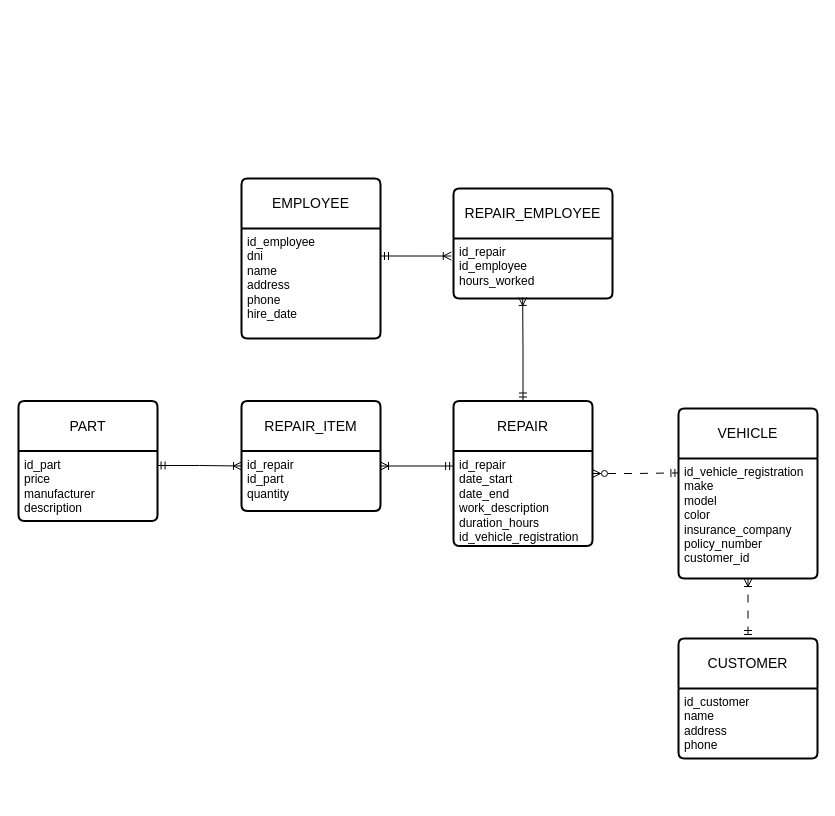
Earlier version of the draw.io diagram page "07-taller" (7 of 9) of diagrams/ejercicios-01.drawio (observadoro/mer). Source tidied: cells renumbered, new cells numbered last; positions are measured from the earlier drawing's top-left corner, leaving out a move shared by most shapes. Both pictures are drawn from the tidied source at 100%, with x=0, y=0 at pixel (18, 178).
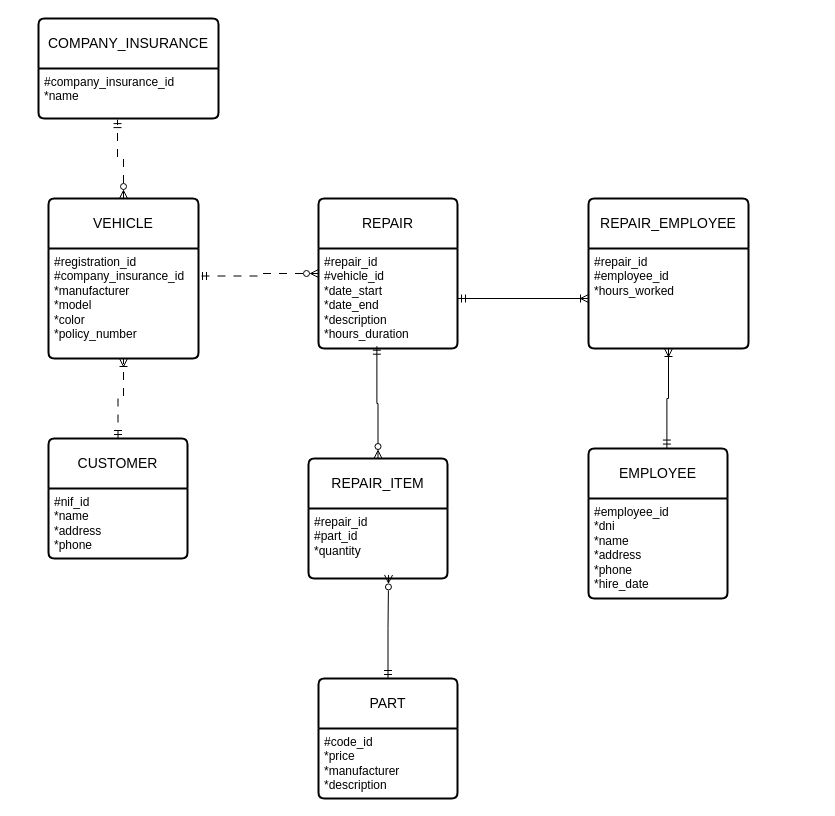
The same page after the edit.

Commit message:
Se realizó nuevos ejercicios, 7,8 y 9.

What changed in the source:
```diff
@@
+    <mxCell id="7" value="VEHICLE" style="swimlane;horizontal=1;startSize=50;rounded=1;fontSize=14;fontStyle=0;strokeWidth=2;shadow=0;dashed=0;align=center;arcSize=4;whiteSpace=wrap;html=1;" parent="1" vertex="1">
+      <mxGeometry x="30" y="20" width="150" height="160" as="geometry" />
+    </mxCell>
+    <mxCell id="22" value="#registration_id&lt;div&gt;#company_insurance_id&lt;br&gt;&lt;div&gt;*manufacturer&lt;/div&gt;&lt;div&gt;*model&lt;/div&gt;&lt;div&gt;*color&lt;/div&gt;&lt;div&gt;*policy_number&lt;/div&gt;&lt;/div&gt;" style="align=left;strokeColor=none;fillColor=none;spacingLeft=4;spacingRight=4;fontSize=12;verticalAlign=top;html=1;whiteSpace=wrap;" parent="7" vertex="1">
+      <mxGeometry y="50" width="150" height="110" as="geometry" />
+    </mxCell>
+    <mxCell id="23" style="edgeStyle=orthogonalEdgeStyle;rounded=0;jettySize=auto;html=1;entryX=0.5;entryY=1;entryDx=0;entryDy=0;startArrow=ERmandOne;startFill=0;endArrow=ERoneToMany;endFill=0;dashed=1;dashPattern=8 8;" parent="1" edge="1" source="9" target="7">
+      <mxGeometry relative="1" as="geometry" />
+    </mxCell>
+    <mxCell id="9" value="CUSTOMER" style="swimlane;horizontal=1;startSize=50;rounded=1;fontSize=14;fontStyle=0;strokeWidth=2;shadow=0;dashed=0;align=center;arcSize=4;whiteSpace=wrap;html=1;" parent="1" vertex="1">
+      <mxGeometry x="30" y="260" width="139" height="120" as="geometry" />
+    </mxCell>
+    <mxCell id="24" value="#nif_id&lt;div&gt;*name&lt;/div&gt;&lt;div&gt;*address&lt;/div&gt;&lt;div&gt;*phone&lt;/div&gt;" style="align=left;strokeColor=none;fillColor=none;spacingLeft=4;spacingRight=4;fontSize=12;verticalAlign=top;html=1;whiteSpace=wrap;" parent="9" vertex="1">
+      <mxGeometry y="50" width="139" height="70" as="geometry" />
+    </mxCell>
     <mxCell id="2" value="EMPLOYEE" style="swimlane;horizontal=1;startSize=50;rounded=1;fontSize=14;fontStyle=0;strokeWidth=2;shadow=0;dashed=0;align=center;arcSize=4;whiteSpace=wrap;html=1;" parent="1" vertex="1">
-      <mxGeometry x="223" width="139" height="160" as="geometry" />
+      <mxGeometry x="570" y="270" width="139" height="150" as="geometry" />
     </mxCell>
-    <mxCell id="3" value="id_employee&lt;div&gt;dni&lt;/div&gt;&lt;div&gt;name&lt;/div&gt;&lt;div&gt;address&lt;/div&gt;&lt;div&gt;phone&lt;/div&gt;&lt;div&gt;hire_date&lt;/div&gt;" style="align=left;strokeColor=none;fillColor=none;spacingLeft=4;spacingRight=4;fontSize=12;verticalAlign=top;html=1;whiteSpace=wrap;" parent="2" vertex="1">
-      <mxGeometry y="50" width="139" height="110" as="geometry" />
-    </mxCell>
-    <mxCell id="4" style="edgeStyle=orthogonalEdgeStyle;rounded=0;jettySize=auto;html=1;entryX=0.003;entryY=0.12;entryDx=0;entryDy=0;startArrow=ERzeroToMany;startFill=0;endArrow=ERmandOne;endFill=0;entryPerimeter=0;dashed=1;dashPattern=8 8;" parent="1" edge="1" source="5" target="8">
-      <mxGeometry relative="1" as="geometry" />
-    </mxCell>
+    <mxCell id="25" value="#employee_id&lt;div&gt;*dni&lt;br&gt;&lt;div&gt;*name&lt;/div&gt;&lt;div&gt;*address&lt;/div&gt;&lt;div&gt;*phone&lt;/div&gt;&lt;div&gt;*hire_date&lt;br&gt;&lt;div&gt;&lt;br&gt;&lt;/div&gt;&lt;/div&gt;&lt;/div&gt;" style="align=left;strokeColor=none;fillColor=none;spacingLeft=4;spacingRight=4;fontSize=12;verticalAlign=top;html=1;whiteSpace=wrap;" parent="2" vertex="1">
+      <mxGeometry y="50" width="139" height="100" as="geometry" />
+    </mxCell>
+    <mxCell id="26" style="edgeStyle=orthogonalEdgeStyle;rounded=0;jettySize=auto;html=1;entryX=1;entryY=0.25;entryDx=0;entryDy=0;startArrow=ERzeroToMany;startFill=0;endArrow=ERmandOne;endFill=0;dashed=1;dashPattern=8 8;" parent="1" edge="1" source="5" target="22">
+      <mxGeometry relative="1" as="geometry" />
+    </mxCell>
     <mxCell id="5" value="REPAIR" style="swimlane;horizontal=1;startSize=50;rounded=1;fontSize=14;fontStyle=0;strokeWidth=2;shadow=0;dashed=0;align=center;arcSize=4;whiteSpace=wrap;html=1;" parent="1" vertex="1">
-      <mxGeometry x="435" y="222.5" width="139" height="145" as="geometry" />
+      <mxGeometry x="300" y="20" width="139" height="150" as="geometry" />
     </mxCell>
-    <mxCell id="6" value="id_repair&lt;div&gt;date_start&lt;/div&gt;&lt;div&gt;date_end&lt;/div&gt;&lt;div&gt;work_description&lt;/div&gt;&lt;div&gt;duration_hours&lt;/div&gt;&lt;div&gt;id_vehicle_registration&lt;/div&gt;&lt;div&gt;&lt;br&gt;&lt;/div&gt;" style="align=left;strokeColor=none;fillColor=none;spacingLeft=4;spacingRight=4;fontSize=12;verticalAlign=top;html=1;whiteSpace=wrap;" parent="5" vertex="1">
-      <mxGeometry y="50" width="139" height="95" as="geometry" />
-    </mxCell>
-    <mxCell id="7" value="VEHICLE" style="swimlane;horizontal=1;startSize=50;rounded=1;fontSize=14;fontStyle=0;strokeWidth=2;shadow=0;dashed=0;align=center;arcSize=4;whiteSpace=wrap;html=1;" parent="1" vertex="1">
-      <mxGeometry x="660" y="230" width="139" height="170" as="geometry" />
-    </mxCell>
-    <mxCell id="8" value="id_vehicle_registration&lt;div&gt;make&lt;/div&gt;&lt;div&gt;model&lt;/div&gt;&lt;div&gt;color&lt;/div&gt;&lt;div&gt;insurance_company&lt;/div&gt;&lt;div&gt;policy_number&lt;/div&gt;&lt;div&gt;customer_id&lt;br&gt;&lt;div&gt;&lt;br&gt;&lt;/div&gt;&lt;/div&gt;" style="align=left;strokeColor=none;fillColor=none;spacingLeft=4;spacingRight=4;fontSize=12;verticalAlign=top;html=1;whiteSpace=wrap;" parent="7" vertex="1">
-      <mxGeometry y="50" width="139" height="120" as="geometry" />
-    </mxCell>
-    <mxCell id="9" value="CUSTOMER" style="swimlane;horizontal=1;startSize=50;rounded=1;fontSize=14;fontStyle=0;strokeWidth=2;shadow=0;dashed=0;align=center;arcSize=4;whiteSpace=wrap;html=1;" parent="1" vertex="1">
-      <mxGeometry x="660" y="460" width="139" height="120" as="geometry" />
-    </mxCell>
-    <mxCell id="10" value="id_customer&lt;div&gt;name&lt;br&gt;&lt;div&gt;address&lt;/div&gt;&lt;/div&gt;&lt;div&gt;phone&lt;/div&gt;" style="align=left;strokeColor=none;fillColor=none;spacingLeft=4;spacingRight=4;fontSize=12;verticalAlign=top;html=1;whiteSpace=wrap;" parent="9" vertex="1">
-      <mxGeometry y="50" width="139" height="70" as="geometry" />
-    </mxCell>
+    <mxCell id="27" value="#repair_id&lt;div&gt;#vehicle_id&lt;br&gt;&lt;div&gt;*date_start&lt;/div&gt;&lt;div&gt;*date_end&lt;/div&gt;&lt;div&gt;*description&lt;/div&gt;&lt;div&gt;*hours_duration&lt;/div&gt;&lt;/div&gt;" style="align=left;strokeColor=none;fillColor=none;spacingLeft=4;spacingRight=4;fontSize=12;verticalAlign=top;html=1;whiteSpace=wrap;" parent="5" vertex="1">
+      <mxGeometry y="50" width="139" height="100" as="geometry" />
+    </mxCell>
     <mxCell id="11" value="PART" style="swimlane;horizontal=1;startSize=50;rounded=1;fontSize=14;fontStyle=0;strokeWidth=2;shadow=0;dashed=0;align=center;arcSize=4;whiteSpace=wrap;html=1;" parent="1" vertex="1">
-      <mxGeometry y="222.5" width="139" height="120" as="geometry" />
+      <mxGeometry x="300" y="500" width="139" height="120" as="geometry" />
     </mxCell>
-    <mxCell id="12" value="id_part&lt;div&gt;price&lt;br&gt;&lt;div&gt;manufacturer&lt;/div&gt;&lt;/div&gt;&lt;div&gt;description&lt;/div&gt;" style="align=left;strokeColor=none;fillColor=none;spacingLeft=4;spacingRight=4;fontSize=12;verticalAlign=top;html=1;whiteSpace=wrap;" parent="11" vertex="1">
-      <mxGeometry y="50" width="139" height="70" as="geometry" />
-    </mxCell>
+    <mxCell id="28" value="#code_id&lt;br&gt;&lt;div&gt;*price&lt;br&gt;&lt;div&gt;*manufacturer&lt;/div&gt;&lt;/div&gt;&lt;div&gt;*description&lt;/div&gt;" style="align=left;strokeColor=none;fillColor=none;spacingLeft=4;spacingRight=4;fontSize=12;verticalAlign=top;html=1;whiteSpace=wrap;" parent="11" vertex="1">
+      <mxGeometry y="50" width="139" height="70" as="geometry" />
+    </mxCell>
+    <mxCell id="19" value="REPAIR_EMPLOYEE" style="swimlane;horizontal=1;startSize=50;rounded=1;fontSize=14;fontStyle=0;strokeWidth=2;shadow=0;dashed=0;align=center;arcSize=4;whiteSpace=wrap;html=1;" parent="1" vertex="1">
+      <mxGeometry x="570" y="20" width="160" height="150" as="geometry" />
+    </mxCell>
+    <mxCell id="29" value="#repair_id&lt;div&gt;#&lt;span style=&quot;background-color: transparent; color: light-dark(rgb(0, 0, 0), rgb(255, 255, 255));&quot;&gt;employee_id&lt;/span&gt;&lt;/div&gt;&lt;div&gt;&lt;div&gt;*hours_worked&lt;/div&gt;&lt;/div&gt;" style="align=left;strokeColor=none;fillColor=none;spacingLeft=4;spacingRight=4;fontSize=12;verticalAlign=top;html=1;whiteSpace=wrap;" parent="19" vertex="1">
+      <mxGeometry y="50" width="160" height="100" as="geometry" />
+    </mxCell>
+    <mxCell id="30" style="edgeStyle=orthogonalEdgeStyle;rounded=0;jettySize=auto;html=1;entryX=0;entryY=0.5;entryDx=0;entryDy=0;endArrow=ERoneToMany;endFill=0;startArrow=ERmandOne;startFill=0;" parent="1" edge="1" source="27" target="29">
+      <mxGeometry relative="1" as="geometry" />
+    </mxCell>
+    <mxCell id="31" style="edgeStyle=orthogonalEdgeStyle;rounded=0;jettySize=auto;html=1;entryX=0.564;entryY=-0.003;entryDx=0;entryDy=0;entryPerimeter=0;startArrow=ERoneToMany;startFill=0;endArrow=ERmandOne;endFill=0;" parent="1" edge="1" source="19" target="2">
+      <mxGeometry x="0.01" relative="1" as="geometry" />
+    </mxCell>
     <mxCell id="13" value="REPAIR_ITEM" style="swimlane;horizontal=1;startSize=50;rounded=1;fontSize=14;fontStyle=0;strokeWidth=2;shadow=0;dashed=0;align=center;arcSize=4;whiteSpace=wrap;html=1;" parent="1" vertex="1">
-      <mxGeometry x="223" y="222.5" width="139" height="110" as="geometry" />
+      <mxGeometry x="290" y="280" width="139" height="120" as="geometry" />
     </mxCell>
-    <mxCell id="14" value="id_repair&lt;div&gt;id_part&lt;/div&gt;&lt;div&gt;quantity&lt;/div&gt;" style="align=left;strokeColor=none;fillColor=none;spacingLeft=4;spacingRight=4;fontSize=12;verticalAlign=top;html=1;whiteSpace=wrap;" parent="13" vertex="1">
-      <mxGeometry y="50" width="139" height="60" as="geometry" />
-    </mxCell>
-    <mxCell id="15" style="edgeStyle=orthogonalEdgeStyle;rounded=0;jettySize=auto;html=1;entryX=1;entryY=0.25;entryDx=0;entryDy=0;startArrow=ERmandOne;startFill=0;endArrow=ERoneToMany;endFill=0;exitX=0.001;exitY=0.158;exitDx=0;exitDy=0;exitPerimeter=0;" parent="1" edge="1" source="6" target="14">
-      <mxGeometry relative="1" as="geometry" />
-    </mxCell>
-    <mxCell id="16" style="edgeStyle=orthogonalEdgeStyle;rounded=0;jettySize=auto;html=1;entryX=0;entryY=0.25;entryDx=0;entryDy=0;startArrow=ERmandOne;startFill=0;endArrow=ERoneToMany;endFill=0;exitX=0.997;exitY=0.207;exitDx=0;exitDy=0;exitPerimeter=0;" parent="1" edge="1" source="12" target="14">
-      <mxGeometry x="0.01" relative="1" as="geometry" />
-    </mxCell>
-    <mxCell id="17" style="edgeStyle=orthogonalEdgeStyle;rounded=0;jettySize=auto;html=1;endArrow=ERmandOne;endFill=0;startArrow=ERoneToMany;startFill=0;dashed=1;dashPattern=8 8;" parent="1" edge="1" source="8" target="9">
-      <mxGeometry relative="1" as="geometry" />
-    </mxCell>
-    <mxCell id="18" style="edgeStyle=orthogonalEdgeStyle;rounded=0;jettySize=auto;html=1;entryX=1;entryY=0.25;entryDx=0;entryDy=0;exitX=-0.014;exitY=0.292;exitDx=0;exitDy=0;exitPerimeter=0;endArrow=ERmandOne;endFill=0;startArrow=ERoneToMany;startFill=0;" parent="1" edge="1" source="20" target="3">
-      <mxGeometry relative="1" as="geometry" />
-    </mxCell>
-    <mxCell id="19" value="REPAIR_EMPLOYEE" style="swimlane;horizontal=1;startSize=50;rounded=1;fontSize=14;fontStyle=0;strokeWidth=2;shadow=0;dashed=0;align=center;arcSize=4;whiteSpace=wrap;html=1;" parent="1" vertex="1">
-      <mxGeometry x="435" y="10" width="159" height="110" as="geometry" />
-    </mxCell>
-    <mxCell id="20" value="id_repair&lt;div&gt;id_employee&lt;/div&gt;&lt;div&gt;hours_worked&lt;/div&gt;" style="align=left;strokeColor=none;fillColor=none;spacingLeft=4;spacingRight=4;fontSize=12;verticalAlign=top;html=1;whiteSpace=wrap;" parent="19" vertex="1">
-      <mxGeometry y="50" width="159" height="60" as="geometry" />
-    </mxCell>
-    <mxCell id="21" style="edgeStyle=orthogonalEdgeStyle;rounded=0;jettySize=auto;html=1;entryX=0.435;entryY=0.982;entryDx=0;entryDy=0;entryPerimeter=0;startArrow=ERmandOne;startFill=0;endArrow=ERoneToMany;endFill=0;" parent="1" edge="1" source="5" target="20">
-      <mxGeometry x="0.03" relative="1" as="geometry" />
-    </mxCell>
+    <mxCell id="32" value="#repair_id&lt;div&gt;#part_id&lt;/div&gt;&lt;div&gt;*quantity&lt;/div&gt;" style="align=left;strokeColor=none;fillColor=none;spacingLeft=4;spacingRight=4;fontSize=12;verticalAlign=top;html=1;whiteSpace=wrap;" parent="13" vertex="1">
+      <mxGeometry y="50" width="139" height="70" as="geometry" />
+    </mxCell>
+    <mxCell id="33" style="edgeStyle=orthogonalEdgeStyle;rounded=0;jettySize=auto;html=1;entryX=0.42;entryY=0.977;entryDx=0;entryDy=0;entryPerimeter=0;startArrow=ERzeroToMany;startFill=0;endArrow=ERmandOne;endFill=0;" parent="1" edge="1" source="13" target="27">
+      <mxGeometry x="0.01" relative="1" as="geometry" />
+    </mxCell>
+    <mxCell id="34" style="edgeStyle=orthogonalEdgeStyle;rounded=0;jettySize=auto;html=1;entryX=0.576;entryY=0.949;entryDx=0;entryDy=0;entryPerimeter=0;endArrow=ERzeroToMany;endFill=0;startArrow=ERmandOne;startFill=0;" parent="1" edge="1" source="11" target="32">
+      <mxGeometry relative="1" as="geometry" />
+    </mxCell>
+    <mxCell id="35" value="COMPANY_INSURANCE" style="swimlane;horizontal=1;startSize=50;rounded=1;fontSize=14;fontStyle=0;strokeWidth=2;shadow=0;dashed=0;align=center;arcSize=4;whiteSpace=wrap;html=1;" parent="1" vertex="1">
+      <mxGeometry x="20" y="-160" width="180" height="100" as="geometry" />
+    </mxCell>
+    <mxCell id="36" value="#company_insurance_id&lt;div&gt;*name&lt;/div&gt;" style="align=left;strokeColor=none;fillColor=none;spacingLeft=4;spacingRight=4;fontSize=12;verticalAlign=top;html=1;whiteSpace=wrap;" parent="35" vertex="1">
+      <mxGeometry y="50" width="180" height="50" as="geometry" />
+    </mxCell>
+    <mxCell id="37" style="edgeStyle=orthogonalEdgeStyle;rounded=0;jettySize=auto;html=1;entryX=0.439;entryY=1.022;entryDx=0;entryDy=0;entryPerimeter=0;endArrow=ERmandOne;endFill=0;startArrow=ERzeroToMany;startFill=0;dashed=1;dashPattern=8 8;" parent="1" edge="1" source="7" target="36">
+      <mxGeometry relative="1" as="geometry" />
+    </mxCell>
```
